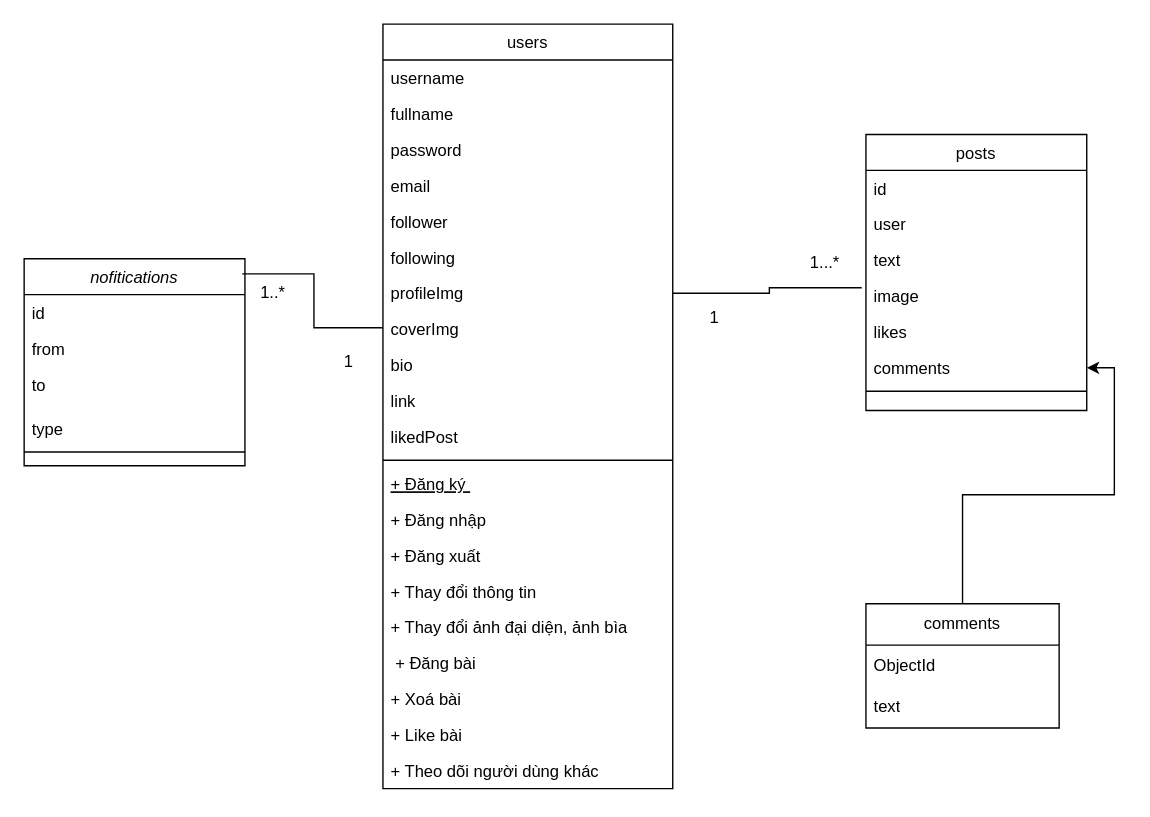
Earlier version of the draw.io diagram class.drawio (Graphene101102/Mern-app-X). Source tidied: cells renumbered, new cells numbered last; positions are measured from the earlier drawing's top-left corner, leaving out a move shared by most shapes. Both pictures are drawn from the tidied source at 138%, with x=0, y=0 at pixel (23, 23).
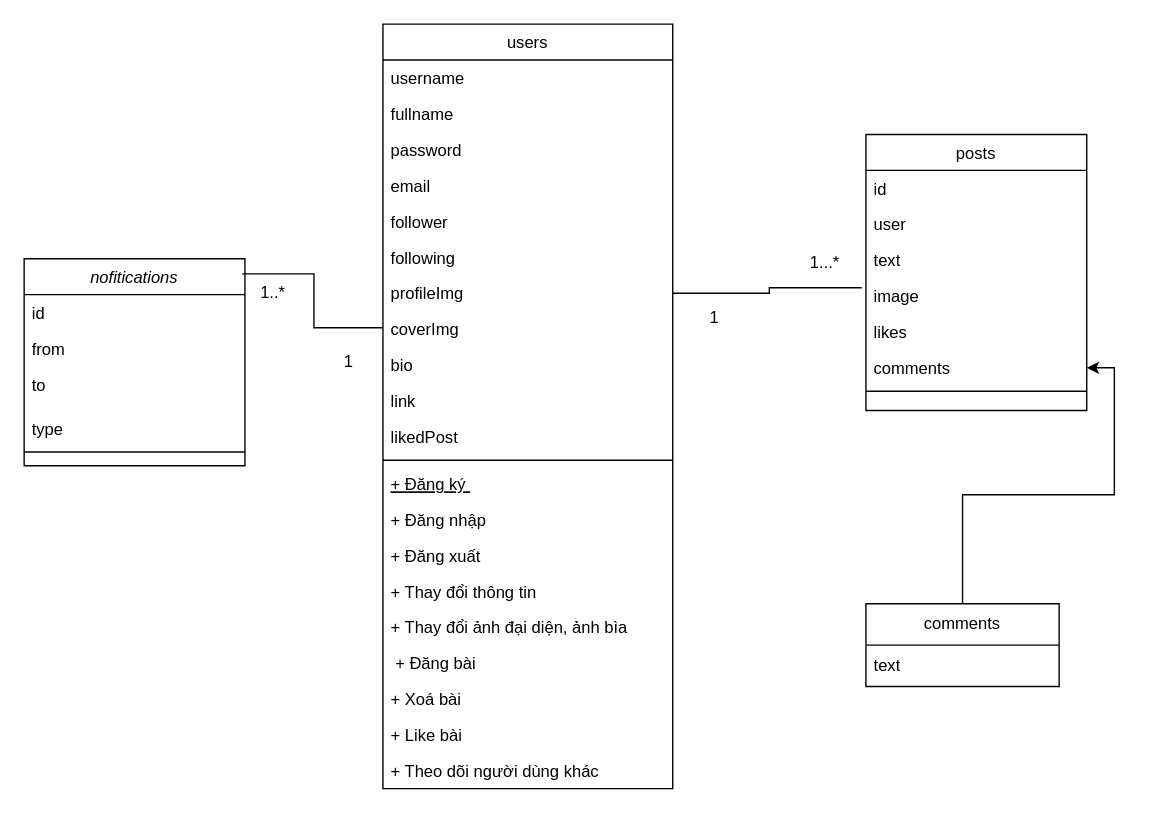
The same diagram, later.

The edit, as a diff of the source:
```diff
@@
     <mxCell id="39" value="comments" style="swimlane;fontStyle=0;horizontal=1;startSize=30;whiteSpace=wrap;html=1;" parent="1" vertex="1">
-      <mxGeometry x="610" y="420" width="140" height="90" as="geometry" />
+      <mxGeometry x="610" y="420" width="140" height="60" as="geometry" />
     </mxCell>
-    <mxCell id="40" value="ObjectId" style="text;strokeColor=none;fillColor=none;align=left;verticalAlign=middle;spacingLeft=4;spacingRight=4;overflow=hidden;whiteSpace=wrap;html=1;" parent="39" vertex="1">
-      <mxGeometry y="30" width="140" height="30" as="geometry" />
-    </mxCell>
     <mxCell id="41" value="text" style="text;strokeColor=none;fillColor=none;align=left;verticalAlign=middle;spacingLeft=4;spacingRight=4;overflow=hidden;whiteSpace=wrap;html=1;" parent="39" vertex="1">
-      <mxGeometry y="60" width="140" height="30" as="geometry" />
+      <mxGeometry y="30" width="140" height="30" as="geometry" />
     </mxCell>
```
